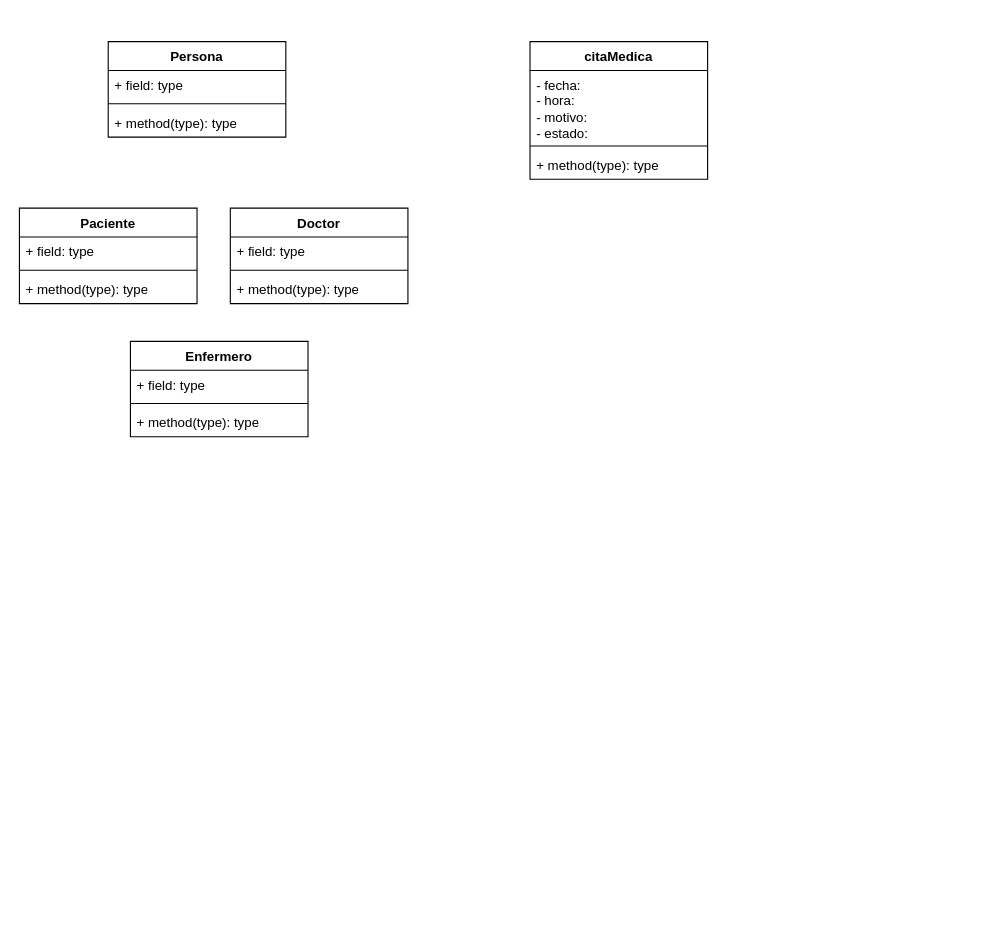
The draw.io diagram ACD - SGH.drawio in ArianaSarango/ACD---SGH, before the edit. Source tidied: cells renumbered, new cells numbered last; positions are measured from the earlier drawing's top-left corner, leaving out a move shared by most shapes. Both pictures are drawn from the tidied source at 111%, with x=0, y=0 at pixel (19, 41).
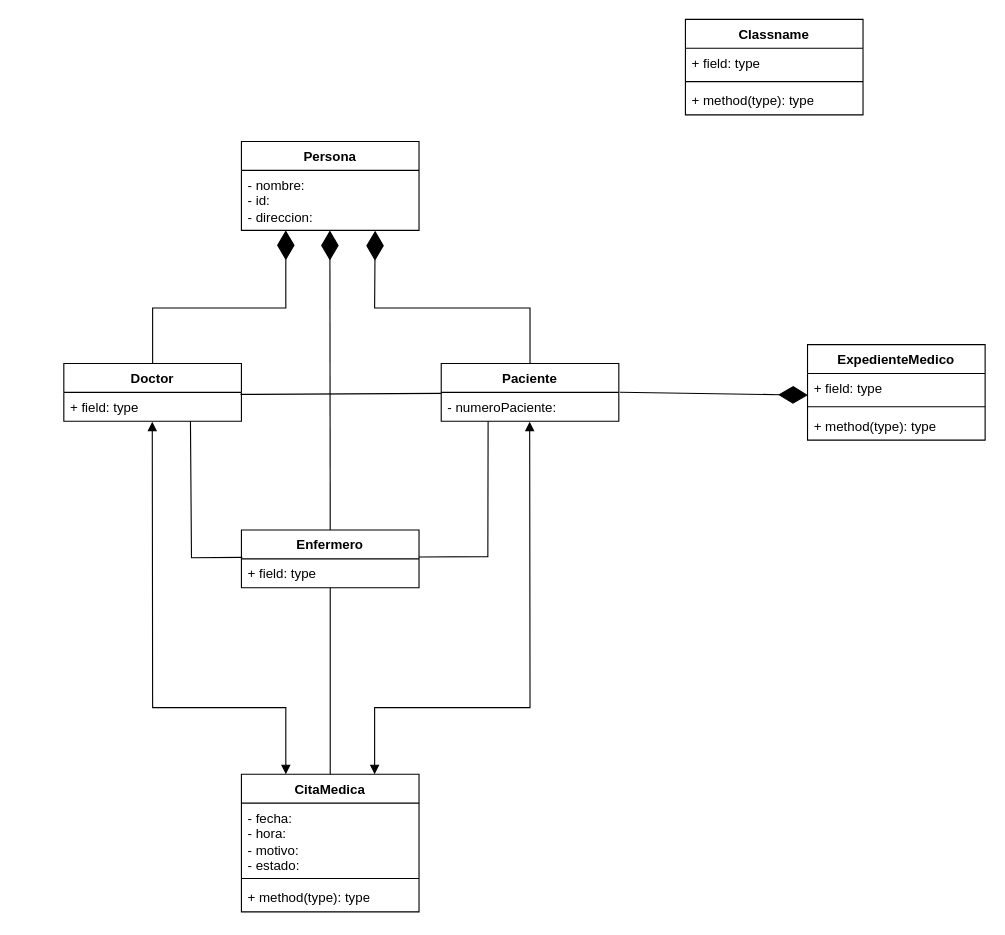
The same page after the edit.

Unchanged cells that the change refers to:
```xml
<mxCell id="19" value="+ field: type" style="text;strokeColor=none;fillColor=none;align=left;verticalAlign=top;spacingLeft=4;spacingRight=4;overflow=hidden;points=[[0,0.5],[1,0.5]];portConstraint=eastwest;whiteSpace=wrap;html=1;" parent="18" vertex="1">
  <mxGeometry y="26" width="160" height="26" as="geometry" />
</mxCell>
```

The edit, as a diff of the source:
```diff
@@
     <mxCell id="2" value="Persona" style="swimlane;fontStyle=1;align=center;verticalAlign=top;horizontal=1;startSize=26;whiteSpace=wrap;html=1;" parent="1" vertex="1">
-      <mxGeometry x="80" width="160" height="86" as="geometry" />
+      <mxGeometry x="200" y="90" width="160" height="80" as="geometry" />
     </mxCell>
-    <mxCell id="3" value="+ field: type" style="text;strokeColor=none;fillColor=none;align=left;verticalAlign=top;spacingLeft=4;spacingRight=4;overflow=hidden;points=[[0,0.5],[1,0.5]];portConstraint=eastwest;whiteSpace=wrap;html=1;" parent="2" vertex="1">
-      <mxGeometry y="26" width="160" height="26" as="geometry" />
+    <mxCell id="3" value="- nombre:&lt;div&gt;- id:&lt;/div&gt;&lt;div&gt;- direccion:&amp;nbsp;&lt;/div&gt;" style="text;strokeColor=none;fillColor=none;align=left;verticalAlign=top;spacingLeft=4;spacingRight=4;overflow=hidden;points=[[0,0.5],[1,0.5]];portConstraint=eastwest;whiteSpace=wrap;html=1;" parent="2" vertex="1">
+      <mxGeometry y="26" width="160" height="54" as="geometry" />
     </mxCell>
-    <mxCell id="4" style="line;strokeWidth=1;fillColor=none;align=left;verticalAlign=middle;spacingTop=-1;spacingLeft=3;spacingRight=3;labelPosition=right;strokeColor=inherit;" parent="2" vertex="1">
-      <mxGeometry y="52" width="160" height="8" as="geometry" />
-    </mxCell>
-    <mxCell id="5" value="+ method(type): type" style="text;strokeColor=none;fillColor=none;align=left;verticalAlign=top;spacingLeft=4;spacingRight=4;overflow=hidden;whiteSpace=wrap;html=1;" parent="2" vertex="1">
-      <mxGeometry y="60" width="160" height="26" as="geometry" />
-    </mxCell>
-    <mxCell id="6" value="citaMedica" style="swimlane;fontStyle=1;align=center;verticalAlign=top;horizontal=1;startSize=26;whiteSpace=wrap;html=1;" parent="1" vertex="1">
-      <mxGeometry x="460" width="160" height="124" as="geometry" />
+    <mxCell id="6" value="CitaMedica" style="swimlane;fontStyle=1;align=center;verticalAlign=top;horizontal=1;startSize=26;whiteSpace=wrap;html=1;" parent="1" vertex="1">
+      <mxGeometry x="200" y="660" width="160" height="124" as="geometry" />
     </mxCell>
@@
-    <mxCell id="10" value="Paciente" style="swimlane;fontStyle=1;align=center;verticalAlign=top;horizontal=1;startSize=26;whiteSpace=wrap;html=1;" parent="1" vertex="1">
-      <mxGeometry y="150" width="160" height="86" as="geometry" />
-    </mxCell>
-    <mxCell id="11" value="+ field: type" style="text;strokeColor=none;fillColor=none;align=left;verticalAlign=top;spacingLeft=4;spacingRight=4;overflow=hidden;whiteSpace=wrap;html=1;" parent="10" vertex="1">
-      <mxGeometry y="26" width="160" height="26" as="geometry" />
-    </mxCell>
-    <mxCell id="12" style="line;strokeWidth=1;fillColor=none;align=left;verticalAlign=middle;spacingTop=-1;spacingLeft=3;spacingRight=3;labelPosition=right;strokeColor=inherit;" parent="10" vertex="1">
-      <mxGeometry y="52" width="160" height="8" as="geometry" />
-    </mxCell>
-    <mxCell id="13" value="+ method(type): type" style="text;strokeColor=none;fillColor=none;align=left;verticalAlign=top;spacingLeft=4;spacingRight=4;overflow=hidden;whiteSpace=wrap;html=1;" parent="10" vertex="1">
-      <mxGeometry y="60" width="160" height="26" as="geometry" />
-    </mxCell>
-    <mxCell id="14" value="Doctor" style="swimlane;fontStyle=1;align=center;verticalAlign=top;horizontal=1;startSize=26;whiteSpace=wrap;html=1;" parent="1" vertex="1">
-      <mxGeometry x="190" y="150" width="160" height="86" as="geometry" />
+    <mxCell id="14" value="Paciente" style="swimlane;fontStyle=1;align=center;verticalAlign=top;horizontal=1;startSize=26;whiteSpace=wrap;html=1;" parent="1" vertex="1">
+      <mxGeometry x="380" y="290" width="160" height="52" as="geometry" />
     </mxCell>
-    <mxCell id="15" value="+ field: type" style="text;strokeColor=none;fillColor=none;align=left;verticalAlign=top;spacingLeft=4;spacingRight=4;overflow=hidden;points=[[0,0.5],[1,0.5]];portConstraint=eastwest;whiteSpace=wrap;html=1;" parent="14" vertex="1">
+    <mxCell id="15" value="- numeroPaciente:" style="text;strokeColor=none;fillColor=none;align=left;verticalAlign=top;spacingLeft=4;spacingRight=4;overflow=hidden;points=[[0,0.5],[1,0.5]];portConstraint=eastwest;whiteSpace=wrap;html=1;" parent="14" vertex="1">
       <mxGeometry y="26" width="160" height="26" as="geometry" />
     </mxCell>
-    <mxCell id="16" style="line;strokeWidth=1;fillColor=none;align=left;verticalAlign=middle;spacingTop=-1;spacingLeft=3;spacingRight=3;labelPosition=right;strokeColor=inherit;" parent="14" vertex="1">
-      <mxGeometry y="52" width="160" height="8" as="geometry" />
-    </mxCell>
-    <mxCell id="17" value="+ method(type): type" style="text;strokeColor=none;fillColor=none;align=left;verticalAlign=top;spacingLeft=4;spacingRight=4;overflow=hidden;whiteSpace=wrap;html=1;" parent="14" vertex="1">
-      <mxGeometry y="60" width="160" height="26" as="geometry" />
-    </mxCell>
     <mxCell id="18" value="Enfermero" style="swimlane;fontStyle=1;align=center;verticalAlign=top;horizontal=1;startSize=26;whiteSpace=wrap;html=1;" parent="1" vertex="1">
-      <mxGeometry x="100" y="270" width="160" height="86" as="geometry" />
+      <mxGeometry x="200" y="440" width="160" height="52" as="geometry" />
     </mxCell>
@@
-    <mxCell id="20" style="line;strokeWidth=1;fillColor=none;align=left;verticalAlign=middle;spacingTop=-1;spacingLeft=3;spacingRight=3;labelPosition=right;strokeColor=inherit;" parent="18" vertex="1">
-      <mxGeometry y="52" width="160" height="8" as="geometry" />
-    </mxCell>
-    <mxCell id="21" value="+ method(type): type" style="text;strokeColor=none;fillColor=none;align=left;verticalAlign=top;spacingLeft=4;spacingRight=4;overflow=hidden;whiteSpace=wrap;html=1;" parent="18" vertex="1">
-      <mxGeometry y="60" width="160" height="26" as="geometry" />
-    </mxCell>
+    <mxCell id="22" value="Doctor" style="swimlane;fontStyle=1;align=center;verticalAlign=top;horizontal=1;startSize=26;whiteSpace=wrap;html=1;" parent="1" vertex="1">
+      <mxGeometry x="40" y="290" width="160" height="52" as="geometry" />
+    </mxCell>
+    <mxCell id="23" value="+ field: type" style="text;strokeColor=none;fillColor=none;align=left;verticalAlign=top;spacingLeft=4;spacingRight=4;overflow=hidden;points=[[0,0.5],[1,0.5]];portConstraint=eastwest;whiteSpace=wrap;html=1;" parent="22" vertex="1">
+      <mxGeometry y="26" width="160" height="26" as="geometry" />
+    </mxCell>
+    <mxCell id="24" style="endArrow=none;html=1;rounded=0;entryX=0.5;entryY=1;entryDx=0;entryDy=0;exitX=0.5;exitY=0;exitDx=0;exitDy=0;" parent="1" edge="1" source="6" target="18">
+      <mxGeometry relative="1" as="geometry" />
+    </mxCell>
+    <mxCell id="25" style="endArrow=none;html=1;rounded=0;entryX=0.995;entryY=0.07;entryDx=0;entryDy=0;entryPerimeter=0;exitX=0.001;exitY=0.035;exitDx=0;exitDy=0;exitPerimeter=0;" parent="1" edge="1" source="15" target="23">
+      <mxGeometry relative="1" as="geometry" />
+    </mxCell>
+    <mxCell id="26" style="endArrow=none;html=1;rounded=0;entryX=0.713;entryY=1;entryDx=0;entryDy=0;entryPerimeter=0;exitX=0.005;exitY=-0.053;exitDx=0;exitDy=0;exitPerimeter=0;" parent="1" edge="1" source="19" target="23">
+      <mxGeometry relative="1" as="geometry">
+        <Array as="points">
+          <mxPoint x="155" y="465" />
+        </Array>
+      </mxGeometry>
+    </mxCell>
+    <mxCell id="27" style="endArrow=none;html=1;rounded=0;exitX=0.999;exitY=0.467;exitDx=0;exitDy=0;exitPerimeter=0;entryX=0.264;entryY=1;entryDx=0;entryDy=0;entryPerimeter=0;" parent="1" edge="1" source="18" target="15">
+      <mxGeometry relative="1" as="geometry">
+        <Array as="points">
+          <mxPoint x="422" y="464" />
+        </Array>
+      </mxGeometry>
+    </mxCell>
+    <mxCell id="28" style="endArrow=diamondThin;endFill=1;endSize=24;html=1;rounded=0;entryX=0.498;entryY=1.003;entryDx=0;entryDy=0;entryPerimeter=0;" parent="1" edge="1" target="3">
+      <mxGeometry relative="1" as="geometry">
+        <mxPoint x="280" y="440" as="sourcePoint" />
+      </mxGeometry>
+    </mxCell>
+    <mxCell id="29" style="endArrow=diamondThin;endFill=1;endSize=24;html=1;rounded=0;exitX=0.5;exitY=0;exitDx=0;exitDy=0;" parent="1" edge="1" source="22">
+      <mxGeometry relative="1" as="geometry">
+        <mxPoint x="240" y="170" as="targetPoint" />
+        <Array as="points">
+          <mxPoint x="120" y="240" />
+          <mxPoint x="240" y="240" />
+        </Array>
+      </mxGeometry>
+    </mxCell>
+    <mxCell id="30" style="endArrow=diamondThin;endFill=1;endSize=24;html=1;rounded=0;exitX=0.5;exitY=0;exitDx=0;exitDy=0;entryX=0.753;entryY=1.008;entryDx=0;entryDy=0;entryPerimeter=0;" parent="1" edge="1" source="14" target="3">
+      <mxGeometry relative="1" as="geometry">
+        <Array as="points">
+          <mxPoint x="460" y="240" />
+          <mxPoint x="320" y="240" />
+        </Array>
+      </mxGeometry>
+    </mxCell>
+    <mxCell id="31" value="Classname" style="swimlane;fontStyle=1;align=center;verticalAlign=top;horizontal=1;startSize=26;whiteSpace=wrap;html=1;" parent="1" vertex="1">
+      <mxGeometry x="600" y="-20" width="160" height="86" as="geometry" />
+    </mxCell>
+    <mxCell id="32" value="+ field: type" style="text;strokeColor=none;fillColor=none;align=left;verticalAlign=top;spacingLeft=4;spacingRight=4;overflow=hidden;whiteSpace=wrap;html=1;" parent="31" vertex="1">
+      <mxGeometry y="26" width="160" height="26" as="geometry" />
+    </mxCell>
+    <mxCell id="33" style="line;strokeWidth=1;fillColor=none;align=left;verticalAlign=middle;spacingTop=-1;spacingLeft=3;spacingRight=3;labelPosition=right;strokeColor=inherit;" parent="31" vertex="1">
+      <mxGeometry y="52" width="160" height="8" as="geometry" />
+    </mxCell>
+    <mxCell id="34" value="+ method(type): type" style="text;strokeColor=none;fillColor=none;align=left;verticalAlign=top;spacingLeft=4;spacingRight=4;overflow=hidden;whiteSpace=wrap;html=1;" parent="31" vertex="1">
+      <mxGeometry y="60" width="160" height="26" as="geometry" />
+    </mxCell>
+    <mxCell id="35" value="ExpedienteMedico&lt;div&gt;&lt;br&gt;&lt;/div&gt;" style="swimlane;fontStyle=1;align=center;verticalAlign=top;horizontal=1;startSize=26;whiteSpace=wrap;html=1;" parent="1" vertex="1">
+      <mxGeometry x="710" y="273" width="160" height="86" as="geometry" />
+    </mxCell>
+    <mxCell id="36" value="+ field: type" style="text;strokeColor=none;fillColor=none;align=left;verticalAlign=top;spacingLeft=4;spacingRight=4;overflow=hidden;points=[[0,0.5],[1,0.5]];portConstraint=eastwest;whiteSpace=wrap;html=1;" parent="35" vertex="1">
+      <mxGeometry y="26" width="160" height="26" as="geometry" />
+    </mxCell>
+    <mxCell id="37" style="line;strokeWidth=1;fillColor=none;align=left;verticalAlign=middle;spacingTop=-1;spacingLeft=3;spacingRight=3;labelPosition=right;strokeColor=inherit;" parent="35" vertex="1">
+      <mxGeometry y="52" width="160" height="8" as="geometry" />
+    </mxCell>
+    <mxCell id="38" value="+ method(type): type" style="text;strokeColor=none;fillColor=none;align=left;verticalAlign=top;spacingLeft=4;spacingRight=4;overflow=hidden;whiteSpace=wrap;html=1;" parent="35" vertex="1">
+      <mxGeometry y="60" width="160" height="26" as="geometry" />
+    </mxCell>
+    <mxCell id="39" style="endArrow=diamondThin;endFill=1;endSize=24;html=1;rounded=0;exitX=1.006;exitY=-0.005;exitDx=0;exitDy=0;entryX=0.003;entryY=0.749;entryDx=0;entryDy=0;exitPerimeter=0;entryPerimeter=0;" parent="1" edge="1" source="15" target="36">
+      <mxGeometry relative="1" as="geometry" />
+    </mxCell>
+    <mxCell id="40" style="endArrow=block;startArrow=block;endFill=1;startFill=1;html=1;rounded=0;exitX=0.498;exitY=1.014;exitDx=0;exitDy=0;exitPerimeter=0;entryX=0.25;entryY=0;entryDx=0;entryDy=0;" parent="1" edge="1" source="23" target="6">
+      <mxGeometry relative="1" as="geometry">
+        <Array as="points">
+          <mxPoint x="120" y="600" />
+          <mxPoint x="240" y="600" />
+        </Array>
+      </mxGeometry>
+    </mxCell>
+    <mxCell id="41" style="endArrow=block;startArrow=block;endFill=1;startFill=1;html=1;rounded=0;entryX=0.498;entryY=1.014;entryDx=0;entryDy=0;entryPerimeter=0;exitX=0.75;exitY=0;exitDx=0;exitDy=0;" parent="1" edge="1" source="6" target="15">
+      <mxGeometry relative="1" as="geometry">
+        <Array as="points">
+          <mxPoint x="320" y="600" />
+          <mxPoint x="460" y="600" />
+        </Array>
+      </mxGeometry>
+    </mxCell>
```
